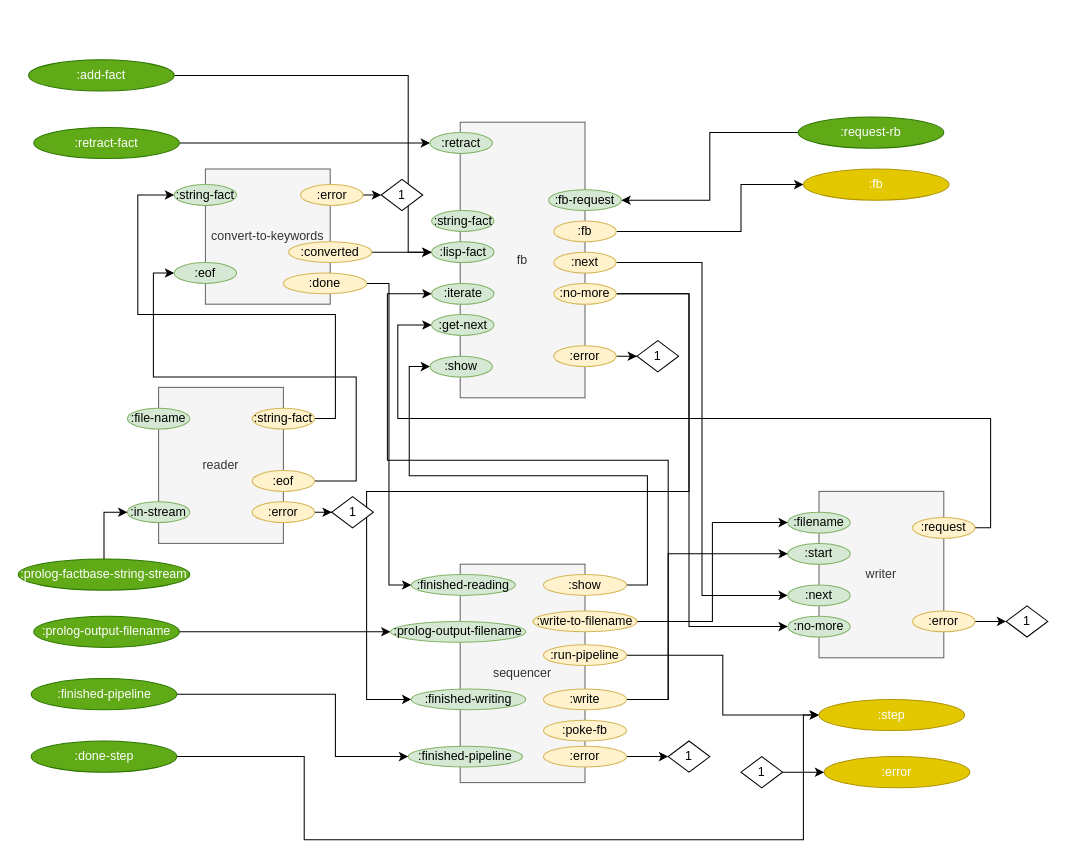
Earlier version of the draw.io diagram page "1. Compiler test bed" (3 of 7) of svg/cl-compiler/doc/V3-compiler.drawio (bmfbp/bmfbp). Source tidied: cells renumbered, new cells numbered last; positions are measured from the earlier drawing's top-left corner, leaving out a move shared by most shapes. Both pictures are drawn from the tidied source at 104%, with x=0, y=0 at pixel (18, 59).
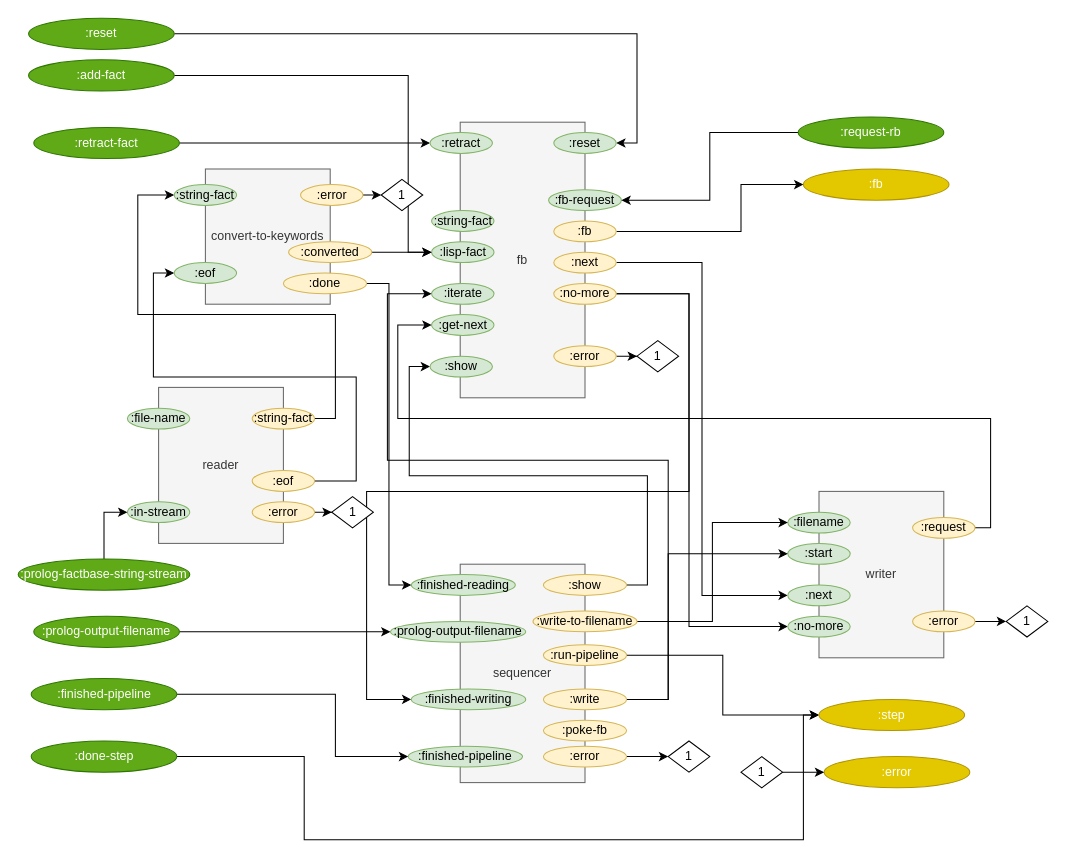
The same page after the edit.

Commit message (it also covers changes not shown here):
:reset to fb & wired up

What changed in the source:
```diff
@@
+    <mxCell id="87" style="edgeStyle=orthogonalEdgeStyle;rounded=0;jettySize=auto;html=1;exitX=1;exitY=0.5;exitDx=0;exitDy=0;entryX=1;entryY=0.5;entryDx=0;entryDy=0;" parent="1" edge="1" source="88" target="89">
+      <mxGeometry relative="1" as="geometry" />
+    </mxCell>
+    <mxCell id="88" value=":reset" style="ellipse;whiteSpace=wrap;html=1;fillColor=#60a917;strokeColor=#2D7600;fontColor=#ffffff;" parent="1" vertex="1">
+      <mxGeometry x="10" y="-40" width="140" height="30" as="geometry" />
+    </mxCell>
+    <mxCell id="89" value=":reset" style="ellipse;whiteSpace=wrap;html=1;fillColor=#d5e8d4;strokeColor=#82b366;" parent="1" vertex="1">
+      <mxGeometry x="515" y="70" width="60" height="20" as="geometry" />
+    </mxCell>
```
